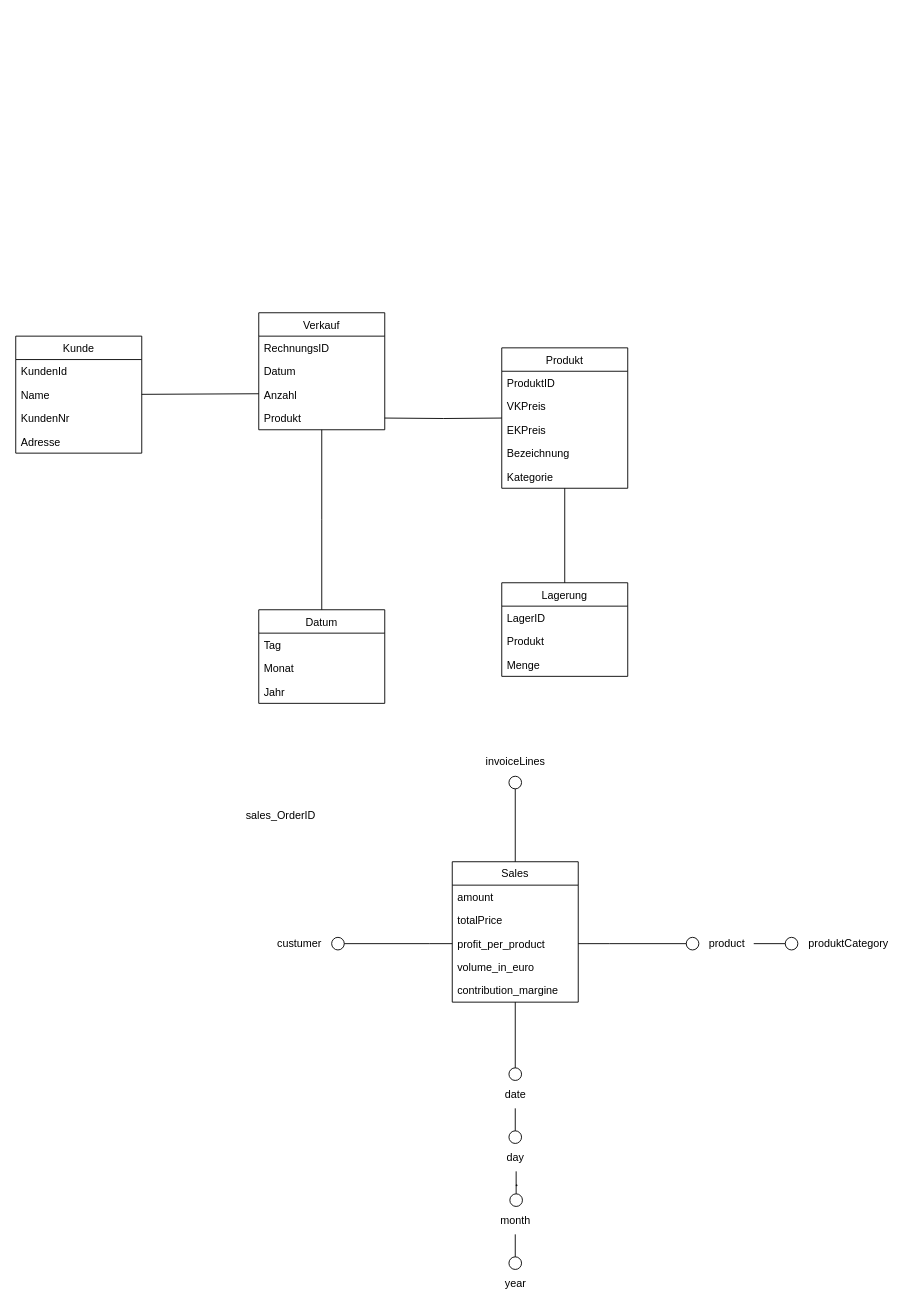
Above: page "Verkauf" (7 of 7) of Datenbankmodell_Abgabe_neu.drawio in Lukas313/PR-DKE (draw.io), before the change. Source tidied: cells renumbered, new cells numbered last; positions are measured from the earlier drawing's top-left corner, leaving out a move shared by most shapes. Both pictures are drawn from the tidied source at 90%, with x=0, y=0 at pixel (15, 312).
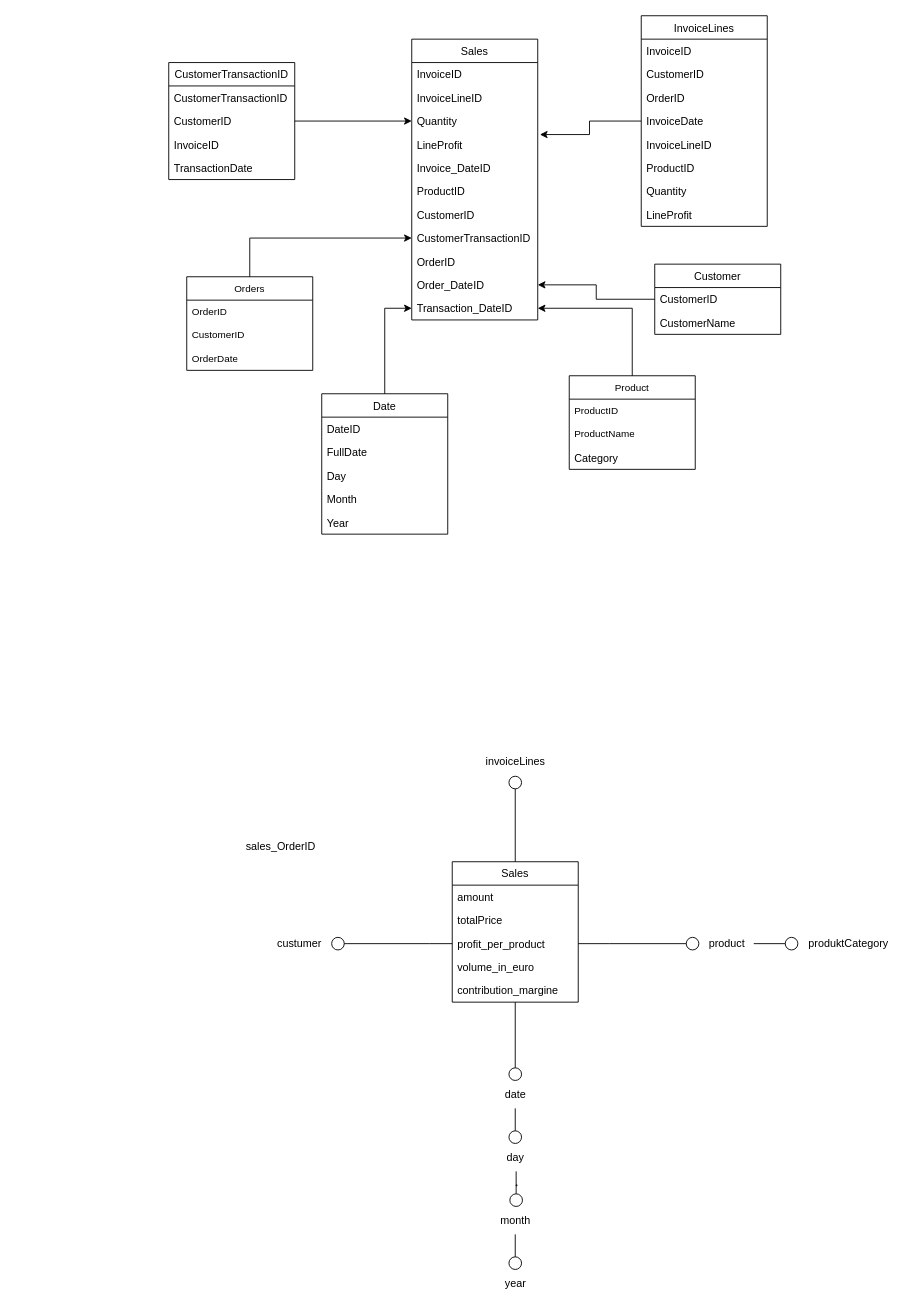
Above is the later version.

The edit, as a diff of the source:
```diff
@@
-    <mxCell id="2" value="Produkt" style="swimlane;fontStyle=0;horizontal=1;startSize=26;fillColor=none;" parent="1" vertex="1">
-      <mxGeometry x="540" y="39" width="140" height="156" as="geometry" />
+    <mxCell id="2" value="InvoiceLines" style="swimlane;fontStyle=0;horizontal=1;startSize=26;fillColor=none;" parent="1" vertex="1">
+      <mxGeometry x="695" y="-330" width="140" height="234" as="geometry" />
     </mxCell>
-    <mxCell id="3" value="ProduktID" style="text;strokeColor=none;fillColor=none;align=left;verticalAlign=top;spacingLeft=4;spacingRight=4;overflow=hidden;" parent="2" vertex="1">
+    <mxCell id="3" value="InvoiceID" style="text;strokeColor=none;fillColor=none;align=left;verticalAlign=top;spacingLeft=4;spacingRight=4;overflow=hidden;" parent="2" vertex="1">
       <mxGeometry y="26" width="140" height="26" as="geometry" />
     </mxCell>
-    <mxCell id="4" value="VKPreis" style="text;strokeColor=none;fillColor=none;align=left;verticalAlign=top;spacingLeft=4;spacingRight=4;overflow=hidden;" parent="2" vertex="1">
+    <mxCell id="4" value="CustomerID" style="text;strokeColor=none;fillColor=none;align=left;verticalAlign=top;spacingLeft=4;spacingRight=4;overflow=hidden;" parent="2" vertex="1">
       <mxGeometry y="52" width="140" height="26" as="geometry" />
     </mxCell>
-    <mxCell id="5" value="EKPreis" style="text;strokeColor=none;fillColor=none;align=left;verticalAlign=top;spacingLeft=4;spacingRight=4;overflow=hidden;" parent="2" vertex="1">
+    <mxCell id="5" value="OrderID" style="text;strokeColor=none;fillColor=none;align=left;verticalAlign=top;spacingLeft=4;spacingRight=4;overflow=hidden;" parent="2" vertex="1">
       <mxGeometry y="78" width="140" height="26" as="geometry" />
     </mxCell>
-    <mxCell id="6" value="Bezeichnung" style="text;strokeColor=none;fillColor=none;align=left;verticalAlign=top;spacingLeft=4;spacingRight=4;overflow=hidden;" parent="2" vertex="1">
+    <mxCell id="6" value="InvoiceDate" style="text;strokeColor=none;fillColor=none;align=left;verticalAlign=top;spacingLeft=4;spacingRight=4;overflow=hidden;" parent="2" vertex="1">
       <mxGeometry y="104" width="140" height="26" as="geometry" />
     </mxCell>
-    <mxCell id="7" value="Kategorie" style="text;strokeColor=none;fillColor=none;align=left;verticalAlign=top;spacingLeft=4;spacingRight=4;overflow=hidden;" parent="2" vertex="1">
+    <mxCell id="7" value="InvoiceLineID" style="text;strokeColor=none;fillColor=none;align=left;verticalAlign=top;spacingLeft=4;spacingRight=4;overflow=hidden;" parent="2" vertex="1">
       <mxGeometry y="130" width="140" height="26" as="geometry" />
     </mxCell>
+    <mxCell id="53" value="ProductID" style="text;strokeColor=none;fillColor=none;align=left;verticalAlign=top;spacingLeft=4;spacingRight=4;overflow=hidden;" parent="2" vertex="1">
+      <mxGeometry y="156" width="140" height="26" as="geometry" />
+    </mxCell>
+    <mxCell id="54" value="Quantity" style="text;strokeColor=none;fillColor=none;align=left;verticalAlign=top;spacingLeft=4;spacingRight=4;overflow=hidden;" parent="2" vertex="1">
+      <mxGeometry y="182" width="140" height="26" as="geometry" />
+    </mxCell>
+    <mxCell id="55" value="LineProfit" style="text;strokeColor=none;fillColor=none;align=left;verticalAlign=top;spacingLeft=4;spacingRight=4;overflow=hidden;" parent="2" vertex="1">
+      <mxGeometry y="208" width="140" height="26" as="geometry" />
+    </mxCell>
+    <mxCell id="56" style="edgeStyle=orthogonalEdgeStyle;shape=connector;rounded=0;jettySize=auto;html=1;entryX=1;entryY=0.5;entryDx=0;entryDy=0;labelBackgroundColor=default;strokeColor=default;align=center;verticalAlign=middle;fontFamily=Helvetica;fontSize=11;fontColor=default;endArrow=classic;" parent="1" edge="1" source="8" target="63">
+      <mxGeometry relative="1" as="geometry" />
+    </mxCell>
-    <mxCell id="8" value="Lagerung" style="swimlane;fontStyle=0;horizontal=1;startSize=26;fillColor=none;" parent="1" vertex="1">
-      <mxGeometry x="540" y="300" width="140" height="104" as="geometry" />
+    <mxCell id="8" value="Customer" style="swimlane;fontStyle=0;horizontal=1;startSize=26;fillColor=none;" parent="1" vertex="1">
+      <mxGeometry x="710" y="-54" width="140" height="78" as="geometry" />
     </mxCell>
-    <mxCell id="9" value="LagerID" style="text;strokeColor=none;fillColor=none;align=left;verticalAlign=top;spacingLeft=4;spacingRight=4;overflow=hidden;" parent="8" vertex="1">
+    <mxCell id="9" value="CustomerID" style="text;strokeColor=none;fillColor=none;align=left;verticalAlign=top;spacingLeft=4;spacingRight=4;overflow=hidden;" parent="8" vertex="1">
       <mxGeometry y="26" width="140" height="26" as="geometry" />
     </mxCell>
-    <mxCell id="10" value="Produkt" style="text;strokeColor=none;fillColor=none;align=left;verticalAlign=top;spacingLeft=4;spacingRight=4;overflow=hidden;" parent="8" vertex="1">
+    <mxCell id="10" value="CustomerName" style="text;strokeColor=none;fillColor=none;align=left;verticalAlign=top;spacingLeft=4;spacingRight=4;overflow=hidden;" parent="8" vertex="1">
       <mxGeometry y="52" width="140" height="26" as="geometry" />
     </mxCell>
-    <mxCell id="11" value="Menge" style="text;strokeColor=none;fillColor=none;align=left;verticalAlign=top;spacingLeft=4;spacingRight=4;overflow=hidden;" parent="8" vertex="1">
-      <mxGeometry y="78" width="140" height="26" as="geometry" />
-    </mxCell>
+    <mxCell id="57" style="edgeStyle=orthogonalEdgeStyle;shape=connector;rounded=0;jettySize=auto;html=1;entryX=0;entryY=0.5;entryDx=0;entryDy=0;labelBackgroundColor=default;strokeColor=default;align=center;verticalAlign=middle;fontFamily=Helvetica;fontSize=11;fontColor=default;endArrow=classic;" parent="1" edge="1" source="12" target="23">
+      <mxGeometry relative="1" as="geometry" />
+    </mxCell>
-    <mxCell id="12" value="Kunde" style="swimlane;fontStyle=0;horizontal=1;startSize=26;fillColor=none;" parent="1" vertex="1">
-      <mxGeometry y="26" width="140" height="130" as="geometry" />
+    <mxCell id="12" value="CustomerTransactionID" style="swimlane;fontStyle=0;horizontal=1;startSize=26;fillColor=none;" parent="1" vertex="1">
+      <mxGeometry x="170" y="-278" width="140" height="130" as="geometry" />
     </mxCell>
-    <mxCell id="13" value="KundenId" style="text;strokeColor=none;fillColor=none;align=left;verticalAlign=top;spacingLeft=4;spacingRight=4;overflow=hidden;" parent="12" vertex="1">
+    <mxCell id="13" value="CustomerTransactionID" style="text;strokeColor=none;fillColor=none;align=left;verticalAlign=top;spacingLeft=4;spacingRight=4;overflow=hidden;" parent="12" vertex="1">
       <mxGeometry y="26" width="140" height="26" as="geometry" />
     </mxCell>
-    <mxCell id="14" value="Name" style="text;strokeColor=none;fillColor=none;align=left;verticalAlign=top;spacingLeft=4;spacingRight=4;overflow=hidden;" parent="12" vertex="1">
+    <mxCell id="14" value="CustomerID" style="text;strokeColor=none;fillColor=none;align=left;verticalAlign=top;spacingLeft=4;spacingRight=4;overflow=hidden;" parent="12" vertex="1">
       <mxGeometry y="52" width="140" height="26" as="geometry" />
     </mxCell>
-    <mxCell id="15" value="KundenNr" style="text;strokeColor=none;fillColor=none;align=left;verticalAlign=top;spacingLeft=4;spacingRight=4;overflow=hidden;" parent="12" vertex="1">
+    <mxCell id="15" value="InvoiceID" style="text;strokeColor=none;fillColor=none;align=left;verticalAlign=top;spacingLeft=4;spacingRight=4;overflow=hidden;" parent="12" vertex="1">
       <mxGeometry y="78" width="140" height="26" as="geometry" />
     </mxCell>
-    <mxCell id="16" value="Adresse" style="text;strokeColor=none;fillColor=none;align=left;verticalAlign=top;spacingLeft=4;spacingRight=4;overflow=hidden;" parent="12" vertex="1">
+    <mxCell id="16" value="TransactionDate" style="text;strokeColor=none;fillColor=none;align=left;verticalAlign=top;spacingLeft=4;spacingRight=4;overflow=hidden;" parent="12" vertex="1">
       <mxGeometry y="104" width="140" height="26" as="geometry" />
     </mxCell>
-    <mxCell id="17" style="endArrow=none;html=1;rounded=0;entryX=0.5;entryY=0;entryDx=0;entryDy=0;" parent="1" edge="1" source="2" target="8">
-      <mxGeometry relative="1" as="geometry" />
-    </mxCell>
-    <mxCell id="18" style="endArrow=none;html=1;rounded=0;" parent="1" edge="1" source="12">
-      <mxGeometry relative="1" as="geometry">
-        <mxPoint x="270" y="90" as="targetPoint" />
-      </mxGeometry>
-    </mxCell>
-    <mxCell id="19" style="edgeStyle=orthogonalEdgeStyle;rounded=0;jettySize=auto;html=1;endArrow=none;endFill=0;" parent="1" edge="1" source="20">
-      <mxGeometry relative="1" as="geometry">
-        <mxPoint x="340" y="330" as="targetPoint" />
-      </mxGeometry>
-    </mxCell>
-    <mxCell id="20" value="Verkauf" style="swimlane;fontStyle=0;horizontal=1;startSize=26;fillColor=none;" parent="1" vertex="1">
-      <mxGeometry x="270" width="140" height="130" as="geometry" />
+    <mxCell id="20" value="Sales" style="swimlane;fontStyle=0;horizontal=1;startSize=26;fillColor=none;" parent="1" vertex="1">
+      <mxGeometry x="440" y="-304" width="140" height="312" as="geometry" />
     </mxCell>
-    <mxCell id="21" value="RechnungsID" style="text;strokeColor=none;fillColor=none;align=left;verticalAlign=top;spacingLeft=4;spacingRight=4;overflow=hidden;" parent="20" vertex="1">
+    <mxCell id="21" value="InvoiceID" style="text;strokeColor=none;fillColor=none;align=left;verticalAlign=top;spacingLeft=4;spacingRight=4;overflow=hidden;" parent="20" vertex="1">
       <mxGeometry y="26" width="140" height="26" as="geometry" />
     </mxCell>
-    <mxCell id="22" value="Datum" style="text;strokeColor=none;fillColor=none;align=left;verticalAlign=top;spacingLeft=4;spacingRight=4;overflow=hidden;" parent="20" vertex="1">
+    <mxCell id="22" value="InvoiceLineID" style="text;strokeColor=none;fillColor=none;align=left;verticalAlign=top;spacingLeft=4;spacingRight=4;overflow=hidden;" parent="20" vertex="1">
       <mxGeometry y="52" width="140" height="26" as="geometry" />
     </mxCell>
-    <mxCell id="23" value="Anzahl" style="text;strokeColor=none;fillColor=none;align=left;verticalAlign=top;spacingLeft=4;spacingRight=4;overflow=hidden;points=[[0,0.5],[1,0.5]];portConstraint=eastwest;" parent="20" vertex="1">
+    <mxCell id="23" value="Quantity" style="text;strokeColor=none;fillColor=none;align=left;verticalAlign=top;spacingLeft=4;spacingRight=4;overflow=hidden;points=[[0,0.5],[1,0.5]];portConstraint=eastwest;" parent="20" vertex="1">
       <mxGeometry y="78" width="140" height="26" as="geometry" />
     </mxCell>
-    <mxCell id="24" value="Produkt" style="text;strokeColor=none;fillColor=none;align=left;verticalAlign=top;spacingLeft=4;spacingRight=4;overflow=hidden;points=[[0,0.5],[1,0.5]];portConstraint=eastwest;" parent="20" vertex="1">
+    <mxCell id="24" value="LineProfit" style="text;strokeColor=none;fillColor=none;align=left;verticalAlign=top;spacingLeft=4;spacingRight=4;overflow=hidden;points=[[0,0.5],[1,0.5]];portConstraint=eastwest;" parent="20" vertex="1">
       <mxGeometry y="104" width="140" height="26" as="geometry" />
     </mxCell>
-    <mxCell id="25" style="edgeStyle=orthogonalEdgeStyle;rounded=0;jettySize=auto;html=1;endArrow=none;endFill=0;" parent="1" edge="1" target="2">
-      <mxGeometry relative="1" as="geometry">
-        <mxPoint x="410" y="117" as="sourcePoint" />
-      </mxGeometry>
-    </mxCell>
+    <mxCell id="58" value="Invoice_DateID" style="text;strokeColor=none;fillColor=none;align=left;verticalAlign=top;spacingLeft=4;spacingRight=4;overflow=hidden;" parent="20" vertex="1">
+      <mxGeometry y="130" width="140" height="26" as="geometry" />
+    </mxCell>
+    <mxCell id="59" value="ProductID" style="text;strokeColor=none;fillColor=none;align=left;verticalAlign=top;spacingLeft=4;spacingRight=4;overflow=hidden;" parent="20" vertex="1">
+      <mxGeometry y="156" width="140" height="26" as="geometry" />
+    </mxCell>
+    <mxCell id="60" value="CustomerID" style="text;strokeColor=none;fillColor=none;align=left;verticalAlign=top;spacingLeft=4;spacingRight=4;overflow=hidden;" parent="20" vertex="1">
+      <mxGeometry y="182" width="140" height="26" as="geometry" />
+    </mxCell>
+    <mxCell id="61" value="CustomerTransactionID" style="text;strokeColor=none;fillColor=none;align=left;verticalAlign=top;spacingLeft=4;spacingRight=4;overflow=hidden;points=[[0,0.5],[1,0.5]];portConstraint=eastwest;" parent="20" vertex="1">
+      <mxGeometry y="208" width="140" height="26" as="geometry" />
+    </mxCell>
+    <mxCell id="62" value="OrderID" style="text;strokeColor=none;fillColor=none;align=left;verticalAlign=top;spacingLeft=4;spacingRight=4;overflow=hidden;" parent="20" vertex="1">
+      <mxGeometry y="234" width="140" height="26" as="geometry" />
+    </mxCell>
+    <mxCell id="63" value="Order_DateID" style="text;strokeColor=none;fillColor=none;align=left;verticalAlign=top;spacingLeft=4;spacingRight=4;overflow=hidden;points=[[0,0.5],[1,0.5]];portConstraint=eastwest;" parent="20" vertex="1">
+      <mxGeometry y="260" width="140" height="26" as="geometry" />
+    </mxCell>
+    <mxCell id="64" value="Transaction_DateID" style="text;strokeColor=none;fillColor=none;align=left;verticalAlign=top;spacingLeft=4;spacingRight=4;overflow=hidden;points=[[0,0.5],[1,0.5]];portConstraint=eastwest;" parent="20" vertex="1">
+      <mxGeometry y="286" width="140" height="26" as="geometry" />
+    </mxCell>
+    <mxCell id="65" style="edgeStyle=orthogonalEdgeStyle;shape=connector;rounded=0;jettySize=auto;html=1;entryX=0;entryY=0.5;entryDx=0;entryDy=0;labelBackgroundColor=default;strokeColor=default;align=center;verticalAlign=middle;fontFamily=Helvetica;fontSize=11;fontColor=default;endArrow=classic;" parent="1" edge="1" source="26" target="64">
+      <mxGeometry relative="1" as="geometry" />
+    </mxCell>
-    <mxCell id="26" value="Datum" style="swimlane;fontStyle=0;horizontal=1;startSize=26;fillColor=none;" parent="1" vertex="1">
-      <mxGeometry x="270" y="330" width="140" height="104" as="geometry" />
+    <mxCell id="26" value="Date" style="swimlane;fontStyle=0;horizontal=1;startSize=26;fillColor=none;" parent="1" vertex="1">
+      <mxGeometry x="340" y="90" width="140" height="156" as="geometry" />
     </mxCell>
-    <mxCell id="27" value="Tag" style="text;strokeColor=none;fillColor=none;align=left;verticalAlign=top;spacingLeft=4;spacingRight=4;overflow=hidden;" parent="26" vertex="1">
+    <mxCell id="27" value="DateID" style="text;strokeColor=none;fillColor=none;align=left;verticalAlign=top;spacingLeft=4;spacingRight=4;overflow=hidden;" parent="26" vertex="1">
       <mxGeometry y="26" width="140" height="26" as="geometry" />
     </mxCell>
-    <mxCell id="28" value="Monat" style="text;strokeColor=none;fillColor=none;align=left;verticalAlign=top;spacingLeft=4;spacingRight=4;overflow=hidden;" parent="26" vertex="1">
+    <mxCell id="28" value="FullDate" style="text;strokeColor=none;fillColor=none;align=left;verticalAlign=top;spacingLeft=4;spacingRight=4;overflow=hidden;" parent="26" vertex="1">
       <mxGeometry y="52" width="140" height="26" as="geometry" />
     </mxCell>
-    <mxCell id="29" value="Jahr" style="text;strokeColor=none;fillColor=none;align=left;verticalAlign=top;spacingLeft=4;spacingRight=4;overflow=hidden;" parent="26" vertex="1">
+    <mxCell id="29" value="Day" style="text;strokeColor=none;fillColor=none;align=left;verticalAlign=top;spacingLeft=4;spacingRight=4;overflow=hidden;" parent="26" vertex="1">
       <mxGeometry y="78" width="140" height="26" as="geometry" />
     </mxCell>
+    <mxCell id="66" value="Month" style="text;strokeColor=none;fillColor=none;align=left;verticalAlign=top;spacingLeft=4;spacingRight=4;overflow=hidden;" parent="26" vertex="1">
+      <mxGeometry y="104" width="140" height="26" as="geometry" />
+    </mxCell>
+    <mxCell id="67" value="Year" style="text;strokeColor=none;fillColor=none;align=left;verticalAlign=top;spacingLeft=4;spacingRight=4;overflow=hidden;" parent="26" vertex="1">
+      <mxGeometry y="130" width="140" height="26" as="geometry" />
+    </mxCell>
@@
     <mxCell id="52" value="sales_OrderID" style="text;strokeColor=none;fillColor=none;align=left;verticalAlign=top;spacingLeft=4;spacingRight=4;overflow=hidden;" parent="1" vertex="1">
-      <mxGeometry x="250" y="545" width="140" height="26" as="geometry" />
+      <mxGeometry x="250" y="580" width="140" height="26" as="geometry" />
     </mxCell>
+    <mxCell id="68" style="edgeStyle=orthogonalEdgeStyle;shape=connector;rounded=0;jettySize=auto;html=1;entryX=1;entryY=0.5;entryDx=0;entryDy=0;labelBackgroundColor=default;strokeColor=default;align=center;verticalAlign=middle;fontFamily=Helvetica;fontSize=11;fontColor=default;endArrow=classic;" parent="1" edge="1" source="69" target="64">
+      <mxGeometry relative="1" as="geometry" />
+    </mxCell>
+    <mxCell id="69" value="Product" style="swimlane;fontStyle=0;horizontal=1;startSize=26;fillColor=none;whiteSpace=wrap;html=1;fontFamily=Helvetica;fontSize=11;fontColor=default;" parent="1" vertex="1">
+      <mxGeometry x="615" y="70" width="140" height="104" as="geometry" />
+    </mxCell>
+    <mxCell id="70" value="ProductID" style="text;strokeColor=none;fillColor=none;align=left;verticalAlign=top;spacingLeft=4;spacingRight=4;overflow=hidden;whiteSpace=wrap;html=1;fontSize=11;fontFamily=Helvetica;fontColor=default;" parent="69" vertex="1">
+      <mxGeometry y="26" width="140" height="26" as="geometry" />
+    </mxCell>
+    <mxCell id="71" value="ProductName" style="text;strokeColor=none;fillColor=none;align=left;verticalAlign=top;spacingLeft=4;spacingRight=4;overflow=hidden;whiteSpace=wrap;html=1;fontSize=11;fontFamily=Helvetica;fontColor=default;" parent="69" vertex="1">
+      <mxGeometry y="52" width="140" height="26" as="geometry" />
+    </mxCell>
+    <mxCell id="72" value="Category" style="text;strokeColor=none;fillColor=none;align=left;verticalAlign=top;spacingLeft=4;spacingRight=4;overflow=hidden;" parent="69" vertex="1">
+      <mxGeometry y="78" width="140" height="26" as="geometry" />
+    </mxCell>
+    <mxCell id="73" style="edgeStyle=orthogonalEdgeStyle;shape=connector;rounded=0;jettySize=auto;html=1;entryX=0;entryY=0.5;entryDx=0;entryDy=0;labelBackgroundColor=default;strokeColor=default;align=center;verticalAlign=middle;fontFamily=Helvetica;fontSize=11;fontColor=default;endArrow=classic;" parent="1" edge="1" source="74" target="61">
+      <mxGeometry relative="1" as="geometry" />
+    </mxCell>
+    <mxCell id="74" value="Orders" style="swimlane;fontStyle=0;horizontal=1;startSize=26;fillColor=none;whiteSpace=wrap;html=1;fontFamily=Helvetica;fontSize=11;fontColor=default;" parent="1" vertex="1">
+      <mxGeometry x="190" y="-40" width="140" height="104" as="geometry" />
+    </mxCell>
+    <mxCell id="75" value="OrderID" style="text;strokeColor=none;fillColor=none;align=left;verticalAlign=top;spacingLeft=4;spacingRight=4;overflow=hidden;whiteSpace=wrap;html=1;fontSize=11;fontFamily=Helvetica;fontColor=default;" parent="74" vertex="1">
+      <mxGeometry y="26" width="140" height="26" as="geometry" />
+    </mxCell>
+    <mxCell id="76" value="CustomerID" style="text;strokeColor=none;fillColor=none;align=left;verticalAlign=top;spacingLeft=4;spacingRight=4;overflow=hidden;whiteSpace=wrap;html=1;fontSize=11;fontFamily=Helvetica;fontColor=default;" parent="74" vertex="1">
+      <mxGeometry y="52" width="140" height="26" as="geometry" />
+    </mxCell>
+    <mxCell id="77" value="OrderDate" style="text;strokeColor=none;fillColor=none;align=left;verticalAlign=top;spacingLeft=4;spacingRight=4;overflow=hidden;whiteSpace=wrap;html=1;fontSize=11;fontFamily=Helvetica;fontColor=default;" parent="74" vertex="1">
+      <mxGeometry y="78" width="140" height="26" as="geometry" />
+    </mxCell>
+    <mxCell id="78" style="edgeStyle=orthogonalEdgeStyle;shape=connector;rounded=0;jettySize=auto;html=1;entryX=1.017;entryY=0.077;entryDx=0;entryDy=0;entryPerimeter=0;labelBackgroundColor=default;strokeColor=default;align=center;verticalAlign=middle;fontFamily=Helvetica;fontSize=11;fontColor=default;endArrow=classic;" parent="1" edge="1" source="2" target="24">
+      <mxGeometry relative="1" as="geometry" />
+    </mxCell>
```
